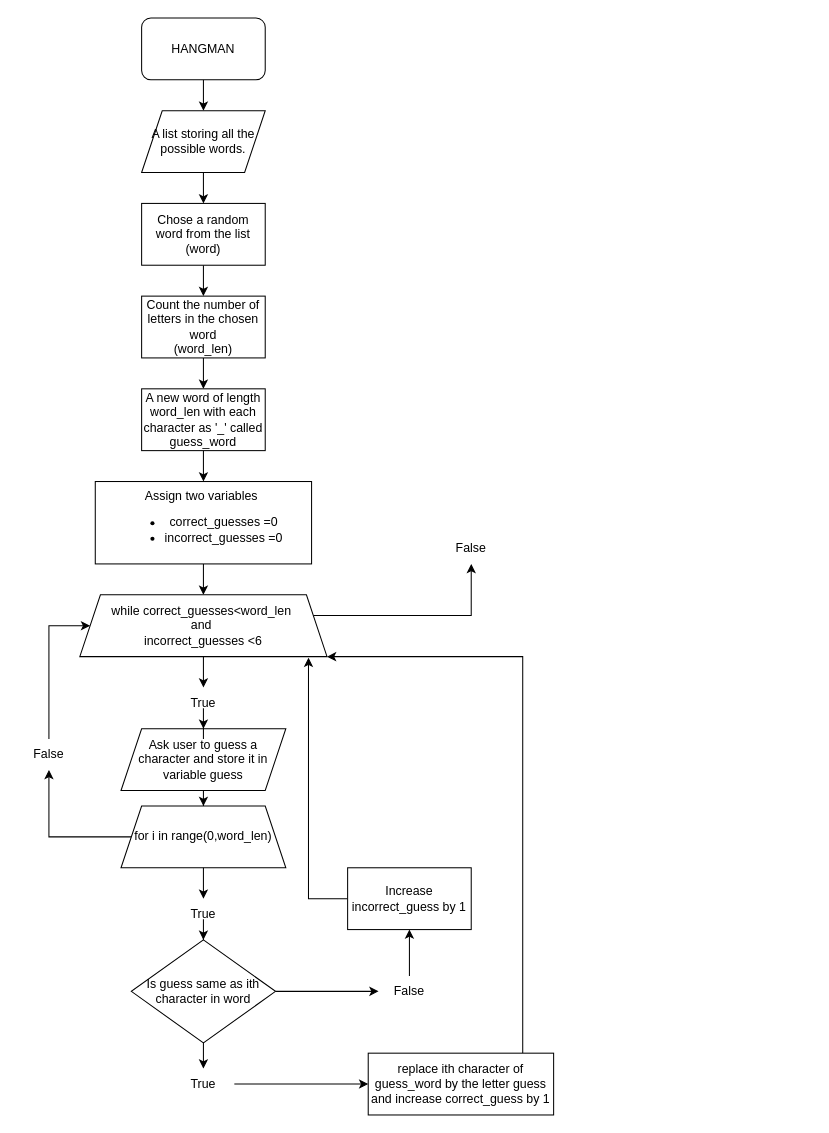
This is Hangman.drawio from nidhi-bharti/Hangman, a draw.io file, before an edit. Source tidied: cells renumbered, new cells numbered last; positions are measured from the earlier drawing's top-left corner, leaving out a move shared by most shapes. Both pictures are drawn from the tidied source at 103%, with x=0, y=0 at pixel (18, 18).
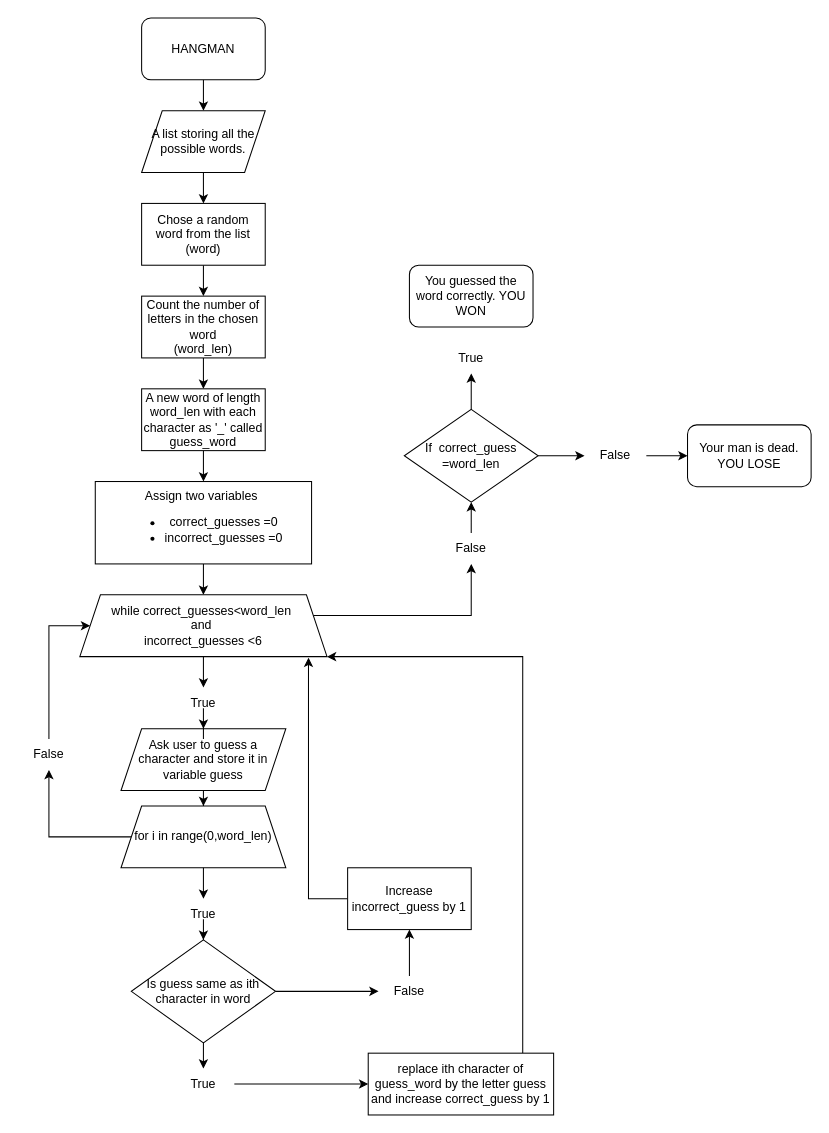
The same page after the edit.

Unchanged cells that the change refers to:
```xml
<mxCell id="36" value="False" style="text;html=1;strokeColor=none;fillColor=none;align=center;verticalAlign=middle;whiteSpace=wrap;rounded=0;" parent="1" vertex="1">
  <mxGeometry x="410" y="500" width="60" height="30" as="geometry" />
</mxCell>
```

Change to the diagram source:
```diff
@@
+    <mxCell id="40" style="edgeStyle=orthogonalEdgeStyle;rounded=0;jettySize=auto;html=1;" parent="1" edge="1" source="36" target="43">
+      <mxGeometry relative="1" as="geometry" />
+    </mxCell>
@@
+    <mxCell id="41" style="edgeStyle=orthogonalEdgeStyle;rounded=0;jettySize=auto;html=1;" parent="1" edge="1" source="43" target="45">
+      <mxGeometry relative="1" as="geometry" />
+    </mxCell>
+    <mxCell id="42" style="edgeStyle=orthogonalEdgeStyle;rounded=0;jettySize=auto;html=1;" parent="1" edge="1" source="43" target="47">
+      <mxGeometry relative="1" as="geometry" />
+    </mxCell>
+    <mxCell id="43" value="If&amp;nbsp; correct_guess =word_len" style="rhombus;whiteSpace=wrap;html=1;" parent="1" vertex="1">
+      <mxGeometry x="375" y="380" width="130" height="90" as="geometry" />
+    </mxCell>
+    <mxCell id="44" style="edgeStyle=orthogonalEdgeStyle;rounded=0;jettySize=auto;html=1;" parent="1" edge="1" source="45" target="46">
+      <mxGeometry relative="1" as="geometry" />
+    </mxCell>
+    <mxCell id="45" value="False" style="text;html=1;strokeColor=none;fillColor=none;align=center;verticalAlign=middle;whiteSpace=wrap;rounded=0;" parent="1" vertex="1">
+      <mxGeometry x="550" y="410" width="60" height="30" as="geometry" />
+    </mxCell>
+    <mxCell id="46" value="Your man is dead. YOU LOSE" style="rounded=1;whiteSpace=wrap;html=1;" parent="1" vertex="1">
+      <mxGeometry x="650" y="395" width="120" height="60" as="geometry" />
+    </mxCell>
+    <mxCell id="47" value="True" style="text;html=1;strokeColor=none;fillColor=none;align=center;verticalAlign=middle;whiteSpace=wrap;rounded=0;" parent="1" vertex="1">
+      <mxGeometry x="410" y="315" width="60" height="30" as="geometry" />
+    </mxCell>
+    <mxCell id="48" value="You guessed the word correctly. YOU WON" style="rounded=1;whiteSpace=wrap;html=1;" parent="1" vertex="1">
+      <mxGeometry x="380" y="240" width="120" height="60" as="geometry" />
+    </mxCell>
```
